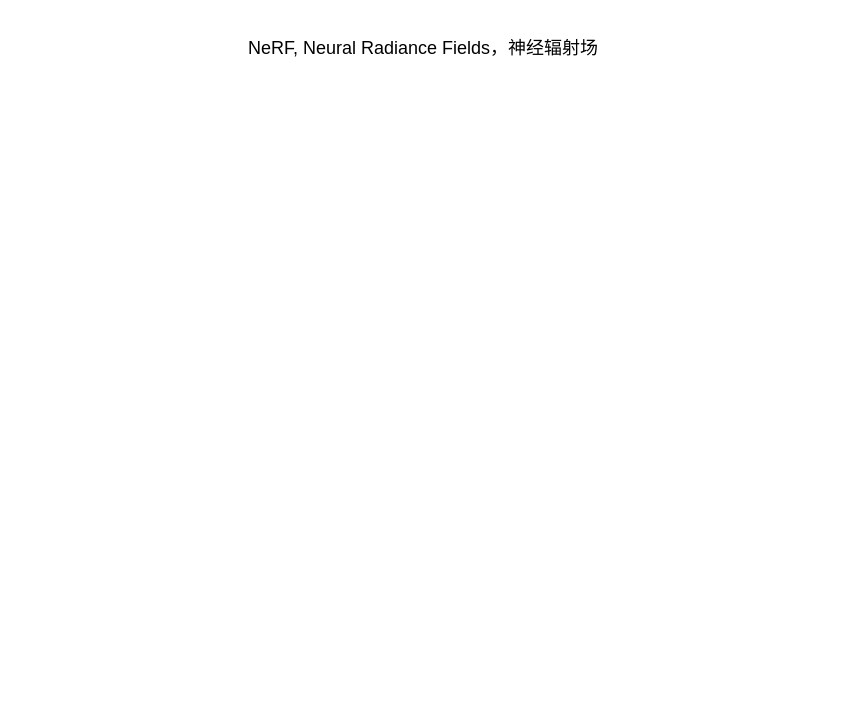
The draw.io diagram 视觉计算.drawio in Zhou-AY/hello-world, before the edit. Source tidied: cells renumbered, new cells numbered last; positions are measured from the earlier drawing's top-left corner, leaving out a move shared by most shapes. Both pictures are drawn from the tidied source at 150%, with x=0, y=0 at pixel (26, 26).
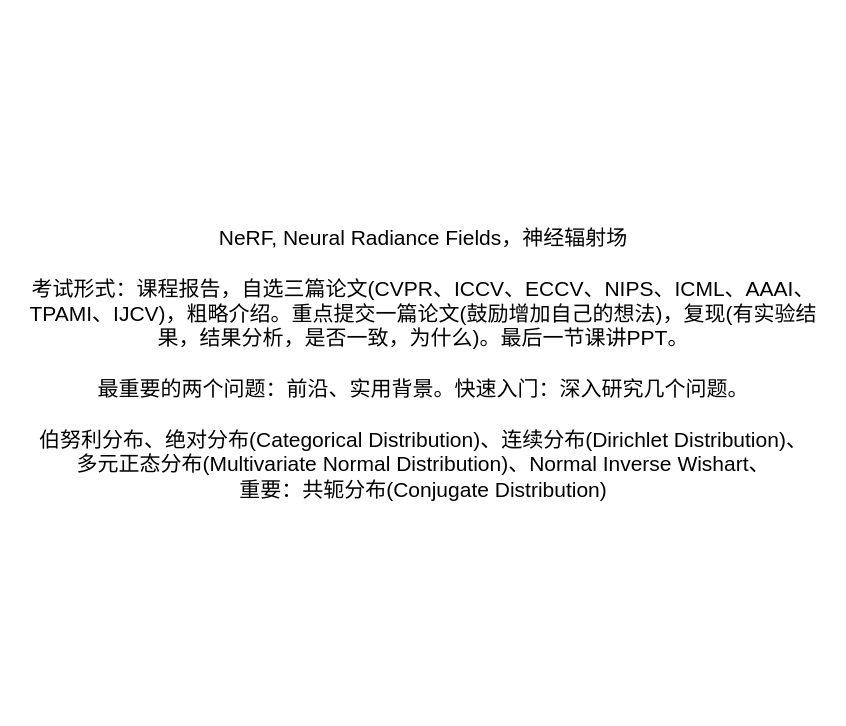
After the change.

Commit message:
更新视觉计算.drawio

Change to the diagram source:
```diff
@@
 <mxGraphModel>
   <root>
     <mxCell id="0" />
     <mxCell id="1" parent="0" />
-    <mxCell id="2" value="NeRF, Neural Radiance Fields，神经辐射场&lt;br&gt;" style="text;html=1;strokeColor=none;fillColor=none;align=center;verticalAlign=middle;whiteSpace=wrap;rounded=0;" parent="1" vertex="1">
-      <mxGeometry width="530" height="30" as="geometry" />
+    <mxCell id="2" value="&lt;font style=&quot;font-size: 14px;&quot;&gt;NeRF, Neural Radiance Fields，神经辐射场&lt;br&gt;&lt;br&gt;考试形式：课程报告，自选三篇论文(CVPR、ICCV、ECCV、NIPS、ICML、AAAI、TPAMI、IJCV)，粗略介绍。重点提交一篇论文(鼓励增加自己的想法)，复现(有实验结果，结果分析，是否一致，为什么)。最后一节课讲PPT。&lt;br&gt;&lt;br&gt;最重要的两个问题：前沿、实用背景。快速入门：深入研究几个问题。&lt;br&gt;&lt;br&gt;伯努利分布、绝对分布(Categorical Distribution)、连续分布(Dirichlet Distribution)、&lt;br&gt;多元正态分布(Multivariate Normal Distribution)、Normal Inverse Wishart、&lt;br&gt;重要：共轭分布(Conjugate Distribution)&lt;br&gt;&lt;/font&gt;" style="text;html=1;strokeColor=none;fillColor=none;align=center;verticalAlign=middle;whiteSpace=wrap;rounded=0;" parent="1" vertex="1">
+      <mxGeometry width="530" height="450" as="geometry" />
     </mxCell>
   </root>
 </mxGraphModel>
```
